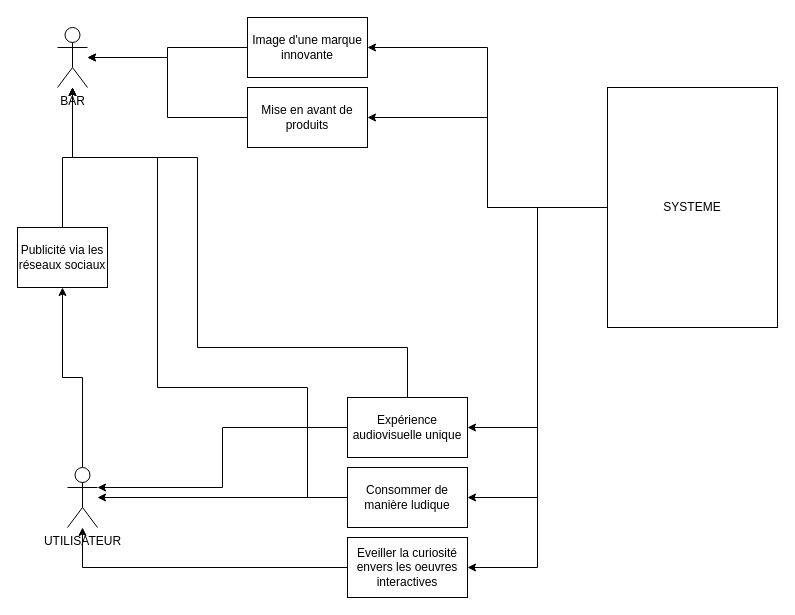
The draw.io diagram diagramme.drawio in mitchouzette/bar_interactif, before the edit. Source tidied: cells renumbered, new cells numbered last; positions are measured from the earlier drawing's top-left corner, leaving out a move shared by most shapes. Both pictures are drawn from the tidied source at 100%, with x=0, y=0 at pixel (17, 17).
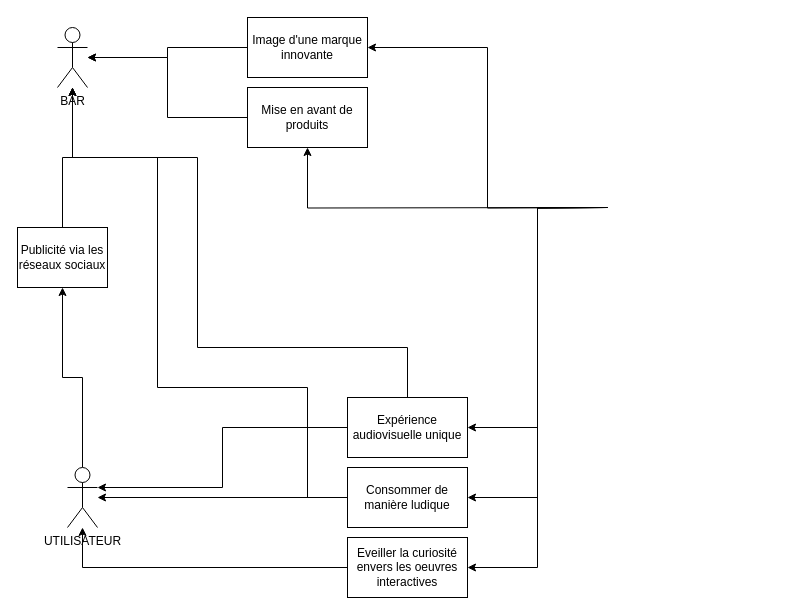
The same page after the edit.

The change refers to these unchanged cells:
```xml
<mxCell id="13" value="Expérience audiovisuelle unique" style="rounded=0;whiteSpace=wrap;html=1;" parent="1" vertex="1">
  <mxGeometry x="330" y="380" width="120" height="60" as="geometry" />
</mxCell>
<mxCell id="16" value="Consommer de manière ludique" style="rounded=0;whiteSpace=wrap;html=1;" parent="1" vertex="1">
  <mxGeometry x="330" y="450" width="120" height="60" as="geometry" />
</mxCell>
<mxCell id="18" value="Eveiller la curiosité envers les oeuvres interactives" style="rounded=0;whiteSpace=wrap;html=1;" parent="1" vertex="1">
  <mxGeometry x="330" y="520" width="120" height="60" as="geometry" />
</mxCell>
<mxCell id="22" value="Image d'une marque innovante" style="rounded=0;whiteSpace=wrap;html=1;" parent="1" vertex="1">
  <mxGeometry x="230" width="120" height="60" as="geometry" />
</mxCell>
<mxCell id="24" value="Mise en avant de produits" style="rounded=0;whiteSpace=wrap;html=1;" parent="1" vertex="1">
  <mxGeometry x="230" y="70" width="120" height="60" as="geometry" />
</mxCell>
```

The edit, as a diff of the source:
```diff
@@
-    <mxCell id="2" style="edgeStyle=orthogonalEdgeStyle;rounded=0;jettySize=auto;html=1;entryX=1;entryY=0.5;entryDx=0;entryDy=0;" parent="1" edge="1" source="7" target="13">
-      <mxGeometry relative="1" as="geometry" />
+    <mxCell id="2" style="edgeStyle=orthogonalEdgeStyle;rounded=0;jettySize=auto;html=1;entryX=1;entryY=0.5;entryDx=0;entryDy=0;" parent="1" edge="1" target="13">
+      <mxGeometry relative="1" as="geometry">
+        <mxPoint x="590" y="190" as="sourcePoint" />
+      </mxGeometry>
     </mxCell>
-    <mxCell id="3" style="edgeStyle=orthogonalEdgeStyle;rounded=0;jettySize=auto;html=1;entryX=1;entryY=0.5;entryDx=0;entryDy=0;" parent="1" edge="1" source="7" target="16">
-      <mxGeometry relative="1" as="geometry" />
+    <mxCell id="3" style="edgeStyle=orthogonalEdgeStyle;rounded=0;jettySize=auto;html=1;entryX=1;entryY=0.5;entryDx=0;entryDy=0;" parent="1" edge="1" target="16">
+      <mxGeometry relative="1" as="geometry">
+        <mxPoint x="590" y="190" as="sourcePoint" />
+      </mxGeometry>
     </mxCell>
-    <mxCell id="4" style="edgeStyle=orthogonalEdgeStyle;rounded=0;jettySize=auto;html=1;entryX=1;entryY=0.5;entryDx=0;entryDy=0;" parent="1" edge="1" source="7" target="18">
-      <mxGeometry relative="1" as="geometry" />
+    <mxCell id="4" style="edgeStyle=orthogonalEdgeStyle;rounded=0;jettySize=auto;html=1;entryX=1;entryY=0.5;entryDx=0;entryDy=0;" parent="1" edge="1" target="18">
+      <mxGeometry relative="1" as="geometry">
+        <mxPoint x="590" y="190" as="sourcePoint" />
+      </mxGeometry>
     </mxCell>
-    <mxCell id="5" style="edgeStyle=orthogonalEdgeStyle;rounded=0;jettySize=auto;html=1;entryX=1;entryY=0.5;entryDx=0;entryDy=0;" parent="1" edge="1" source="7" target="22">
-      <mxGeometry relative="1" as="geometry" />
+    <mxCell id="5" style="edgeStyle=orthogonalEdgeStyle;rounded=0;jettySize=auto;html=1;entryX=1;entryY=0.5;entryDx=0;entryDy=0;" parent="1" edge="1" target="22">
+      <mxGeometry relative="1" as="geometry">
+        <mxPoint x="590" y="190" as="sourcePoint" />
+      </mxGeometry>
     </mxCell>
-    <mxCell id="6" style="edgeStyle=orthogonalEdgeStyle;rounded=0;jettySize=auto;html=1;" parent="1" edge="1" source="7" target="24">
-      <mxGeometry relative="1" as="geometry" />
+    <mxCell id="6" style="edgeStyle=orthogonalEdgeStyle;rounded=0;jettySize=auto;html=1;" parent="1" edge="1" target="24">
+      <mxGeometry relative="1" as="geometry">
+        <mxPoint x="590" y="190" as="sourcePoint" />
+      </mxGeometry>
     </mxCell>
-    <mxCell id="7" value="SYSTEME" style="rounded=0;whiteSpace=wrap;html=1;" parent="1" vertex="1">
-      <mxGeometry x="590" y="70" width="170" height="240" as="geometry" />
-    </mxCell>
```
